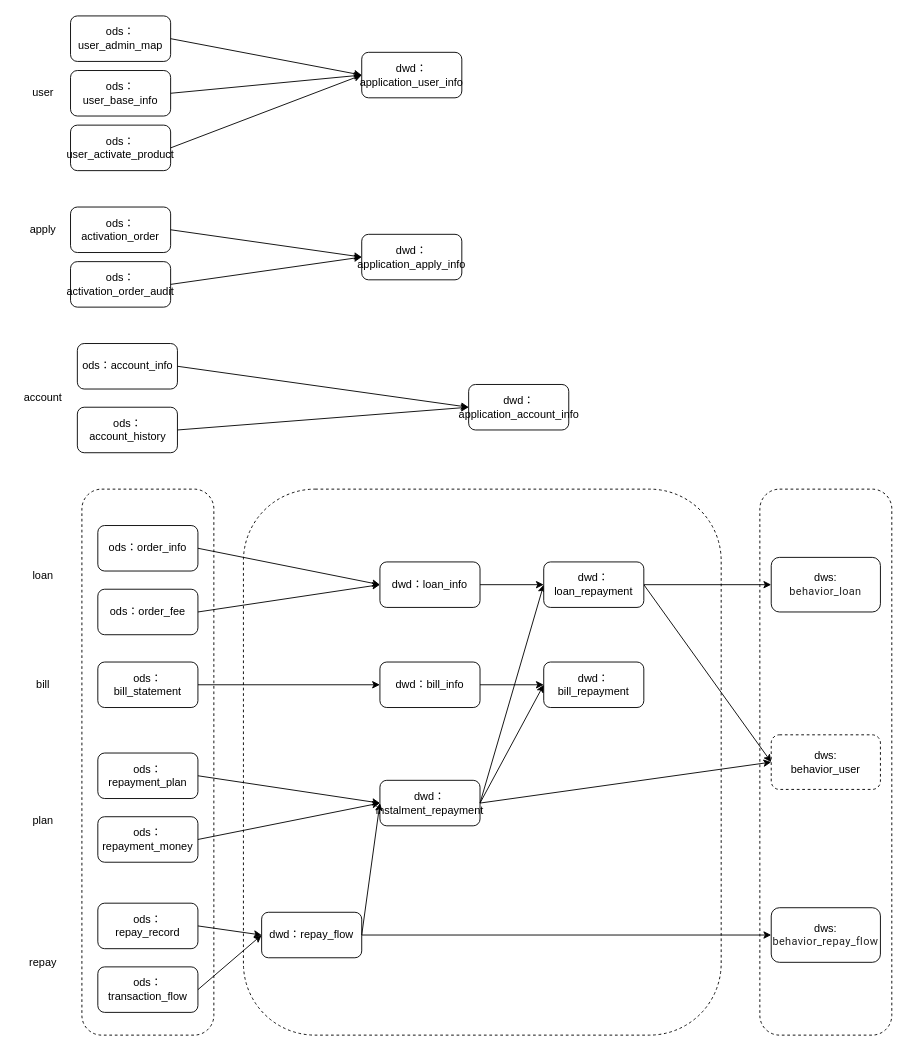
Above: v2_data_flow.drawio in a490888602/draw (draw.io), before the change. Source tidied: cells renumbered, new cells numbered last; positions are measured from the earlier drawing's top-left corner, leaving out a move shared by most shapes. Both pictures are drawn from the tidied source at 91%, with x=0, y=0 at pixel (15, 15).
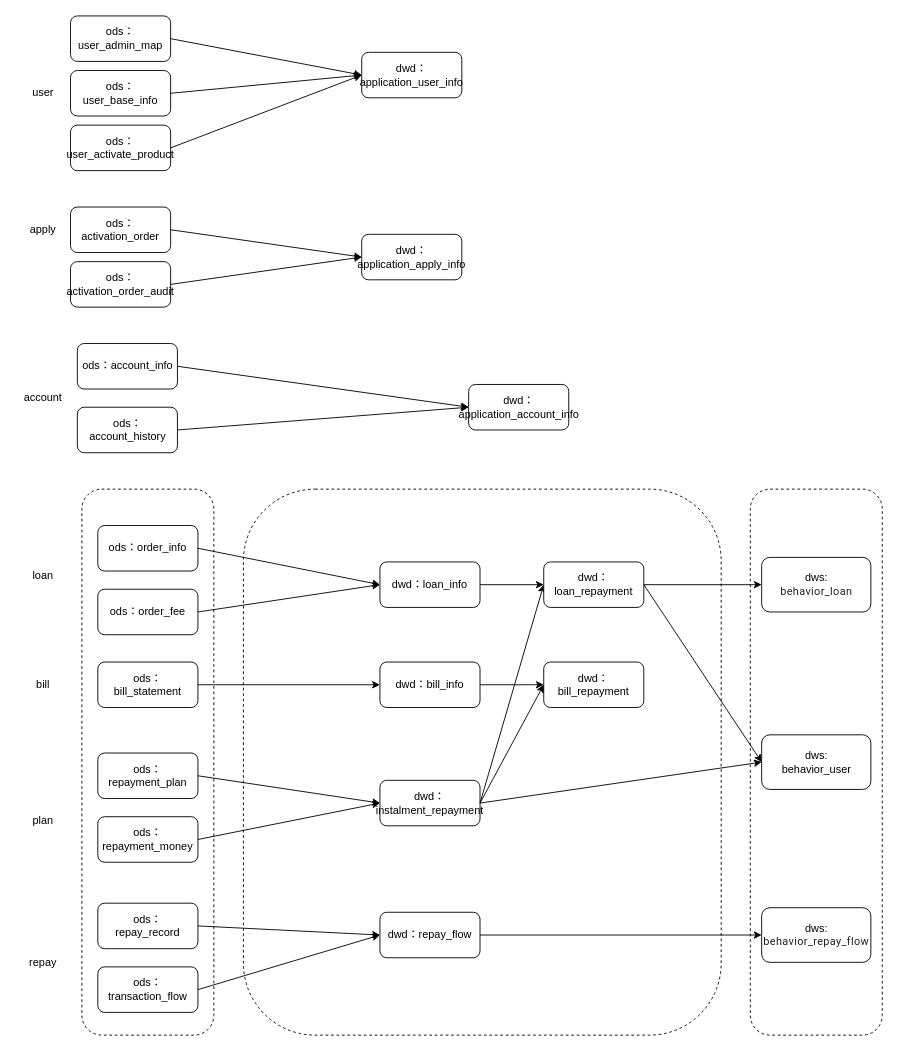
After the change.

The change refers to these unchanged cells:
```xml
<mxCell id="13" value="&lt;font style=&quot;font-size: 12px;&quot;&gt;dwd：&lt;br&gt;&lt;span id=&quot;docs-internal-guid-5aec8d1b-7fff-cdfb-e014-1fbec7482f0d&quot;&gt;&lt;span style=&quot;font-family: Arial; background-color: transparent; font-variant-numeric: normal; font-variant-east-asian: normal; vertical-align: baseline;&quot;&gt;instalment_repayment&lt;/span&gt;&lt;/span&gt;&lt;/font&gt;" style="rounded=1;whiteSpace=wrap;html=1;" parent="1" vertex="1">
  <mxGeometry x="400" y="840" width="110" height="50" as="geometry" />
</mxCell>
```

The edit, as a diff of the source:
```diff
@@
     <mxCell id="2" style="rounded=1;whiteSpace=wrap;html=1;labelBackgroundColor=#FFFFFF;fontSize=12;fontColor=#000000;dashed=1;" parent="1" vertex="1">
-      <mxGeometry x="817.5" y="520" width="145" height="600" as="geometry" />
+      <mxGeometry x="807" y="520" width="145" height="600" as="geometry" />
     </mxCell>
@@
     <mxCell id="23" value="&lt;font style=&quot;font-size: 12px;&quot;&gt;dwd：&lt;span id=&quot;docs-internal-guid-818f419f-7fff-825d-e930-8b9c165d0fec&quot;&gt;&lt;span style=&quot;font-size: 9pt; font-family: Arial; font-variant-numeric: normal; font-variant-east-asian: normal; vertical-align: baseline;&quot;&gt;repay_flow&lt;/span&gt;&lt;/span&gt;&lt;br&gt;&lt;/font&gt;" style="rounded=1;whiteSpace=wrap;html=1;" parent="1" vertex="1">
-      <mxGeometry x="270" y="985" width="110" height="50" as="geometry" />
+      <mxGeometry x="400" y="985" width="110" height="50" as="geometry" />
     </mxCell>
@@
-    <mxCell id="34" style="endArrow=classic;html=1;rounded=0;entryX=0;entryY=0.5;entryDx=0;entryDy=0;exitX=1;exitY=0.5;exitDx=0;exitDy=0;" parent="1" edge="1" source="23" target="13">
-      <mxGeometry relative="1" as="geometry" />
-    </mxCell>
@@
     <mxCell id="55" value="dws:&lt;br&gt;&lt;span style=&quot;color: rgb(34, 34, 34); font-family: &amp;quot;Google Sans&amp;quot;, Roboto, RobotoDraft, Helvetica, Arial, sans-serif; letter-spacing: 0.4px; text-align: start; background-color: rgb(255, 255, 255);&quot;&gt;&lt;font style=&quot;font-size: 12px;&quot;&gt;behavior_loan&lt;/font&gt;&lt;/span&gt;" style="whiteSpace=wrap;html=1;rounded=1;" parent="1" vertex="1">
-      <mxGeometry x="830" y="595" width="120" height="60" as="geometry" />
+      <mxGeometry x="819.5" y="595" width="120" height="60" as="geometry" />
     </mxCell>
     <mxCell id="56" value="dws:&lt;br&gt;&lt;span style=&quot;color: rgb(34, 34, 34); font-family: &amp;quot;Google Sans&amp;quot;, Roboto, RobotoDraft, Helvetica, Arial, sans-serif; letter-spacing: 0.4px; text-align: start; background-color: rgb(255, 255, 255);&quot;&gt;&lt;font style=&quot;font-size: 12px;&quot;&gt;behavior_repay_flow&lt;/font&gt;&lt;/span&gt;" style="whiteSpace=wrap;html=1;rounded=1;" parent="1" vertex="1">
-      <mxGeometry x="830" y="980" width="120" height="60" as="geometry" />
+      <mxGeometry x="819.5" y="980" width="120" height="60" as="geometry" />
     </mxCell>
-    <mxCell id="57" value="dws:&lt;br&gt;behavior_user" style="rounded=1;whiteSpace=wrap;html=1;dashed=1;labelBackgroundColor=#FFFFFF;fontSize=12;fontColor=#000000;" parent="1" vertex="1">
-      <mxGeometry x="830" y="790" width="120" height="60" as="geometry" />
+    <mxCell id="57" value="dws:&lt;br&gt;behavior_user" style="rounded=1;whiteSpace=wrap;html=1;labelBackgroundColor=#FFFFFF;fontSize=12;fontColor=#000000;" parent="1" vertex="1">
+      <mxGeometry x="819.5" y="790" width="120" height="60" as="geometry" />
     </mxCell>
```
